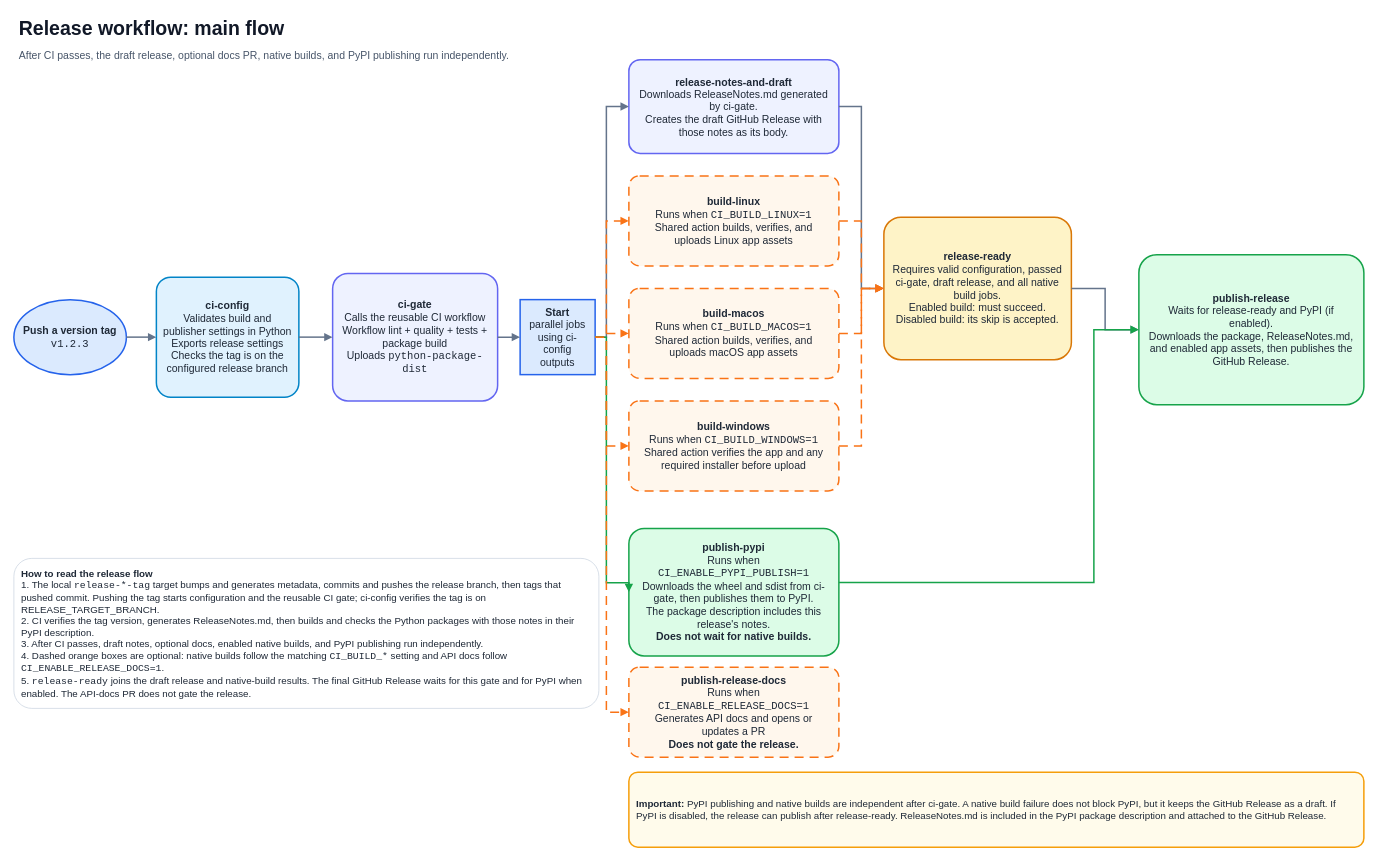
Before: page "2 · Release flow" (2 of 4) of docs/ci-workflows.drawio in GaaabLiz/Python-ci-make-template, a draw.io diagram. Source tidied: cells renumbered, new cells numbered last; positions are measured from the earlier drawing's top-left corner, leaving out a move shared by most shapes. Both pictures are drawn from the tidied source at 75%, with x=0, y=0 at pixel (14, 13).
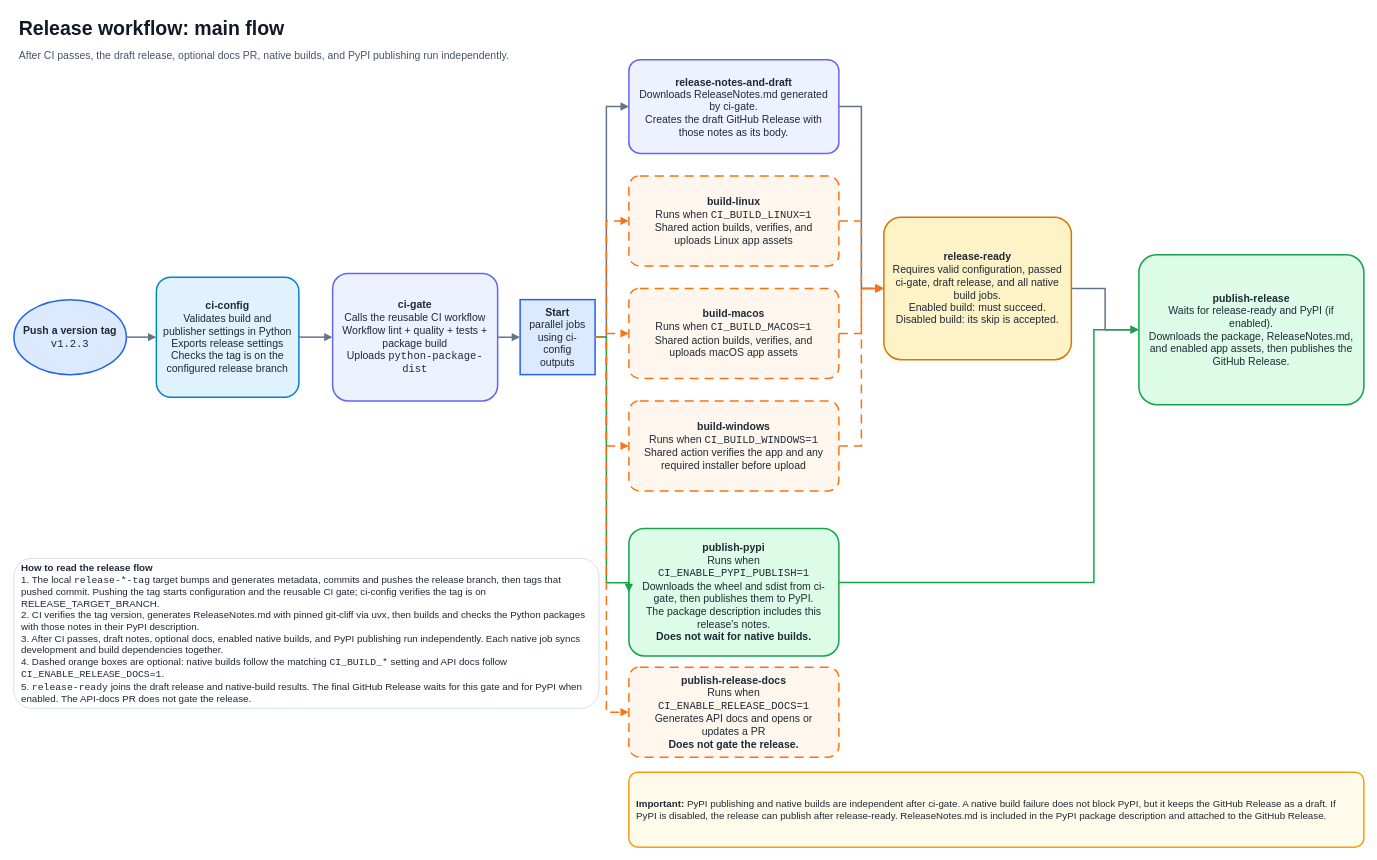
The same diagram, later.

Diff of the diagram source:
```diff
@@
-    <mxCell id="17" value="&lt;b&gt;How to read the release flow&lt;/b&gt;&lt;br&gt;1. The local &lt;code&gt;release-*-tag&lt;/code&gt; target bumps and generates metadata, commits and pushes the release branch, then tags that pushed commit. Pushing the tag starts configuration and the reusable CI gate; ci-config verifies the tag is on RELEASE_TARGET_BRANCH.&lt;br&gt;2. CI verifies the tag version, generates ReleaseNotes.md, then builds and checks the Python packages with those notes in their PyPI description.&lt;br&gt;3. After CI passes, draft notes, optional docs, enabled native builds, and PyPI publishing run independently.&lt;br&gt;4. Dashed orange boxes are optional: native builds follow the matching &lt;code&gt;CI_BUILD_*&lt;/code&gt; setting and API docs follow &lt;code&gt;CI_ENABLE_RELEASE_DOCS=1&lt;/code&gt;.&lt;br&gt;5. &lt;code&gt;release-ready&lt;/code&gt; joins the draft release and native-build results. The final GitHub Release waits for this gate and for PyPI when enabled. The API-docs PR does not gate the release." style="rounded=1;whiteSpace=wrap;html=1;align=center;verticalAlign=middle;fontFamily=Helvetica;fontSize=14;fontColor=#1f2937;spacing=10;fillColor=#ffffff;strokeColor=#cbd5e1;strokeWidth=2;arcSize=12;align=left;fontSize=13;strokeWidth=1;" parent="1" vertex="1">
+    <mxCell id="17" value="&lt;b&gt;How to read the release flow&lt;/b&gt;&lt;br&gt;1. The local &lt;code&gt;release-*-tag&lt;/code&gt; target bumps and generates metadata, commits and pushes the release branch, then tags that pushed commit. Pushing the tag starts configuration and the reusable CI gate; ci-config verifies the tag is on RELEASE_TARGET_BRANCH.&lt;br&gt;2. CI verifies the tag version, generates ReleaseNotes.md with pinned git-cliff via uvx, then builds and checks the Python packages with those notes in their PyPI description.&lt;br&gt;3. After CI passes, draft notes, optional docs, enabled native builds, and PyPI publishing run independently. Each native job syncs development and build dependencies together.&lt;br&gt;4. Dashed orange boxes are optional: native builds follow the matching &lt;code&gt;CI_BUILD_*&lt;/code&gt; setting and API docs follow &lt;code&gt;CI_ENABLE_RELEASE_DOCS=1&lt;/code&gt;.&lt;br&gt;5. &lt;code&gt;release-ready&lt;/code&gt; joins the draft release and native-build results. The final GitHub Release waits for this gate and for PyPI when enabled. The API-docs PR does not gate the release." style="rounded=1;whiteSpace=wrap;html=1;align=center;verticalAlign=middle;fontFamily=Helvetica;fontSize=14;fontColor=#1f2937;spacing=10;fillColor=#ffffff;strokeColor=#cbd5e1;strokeWidth=2;arcSize=12;align=left;fontSize=13;strokeWidth=1;" parent="1" vertex="1">
       <mxGeometry y="727" width="780" height="200" as="geometry" />
     </mxCell>
```
